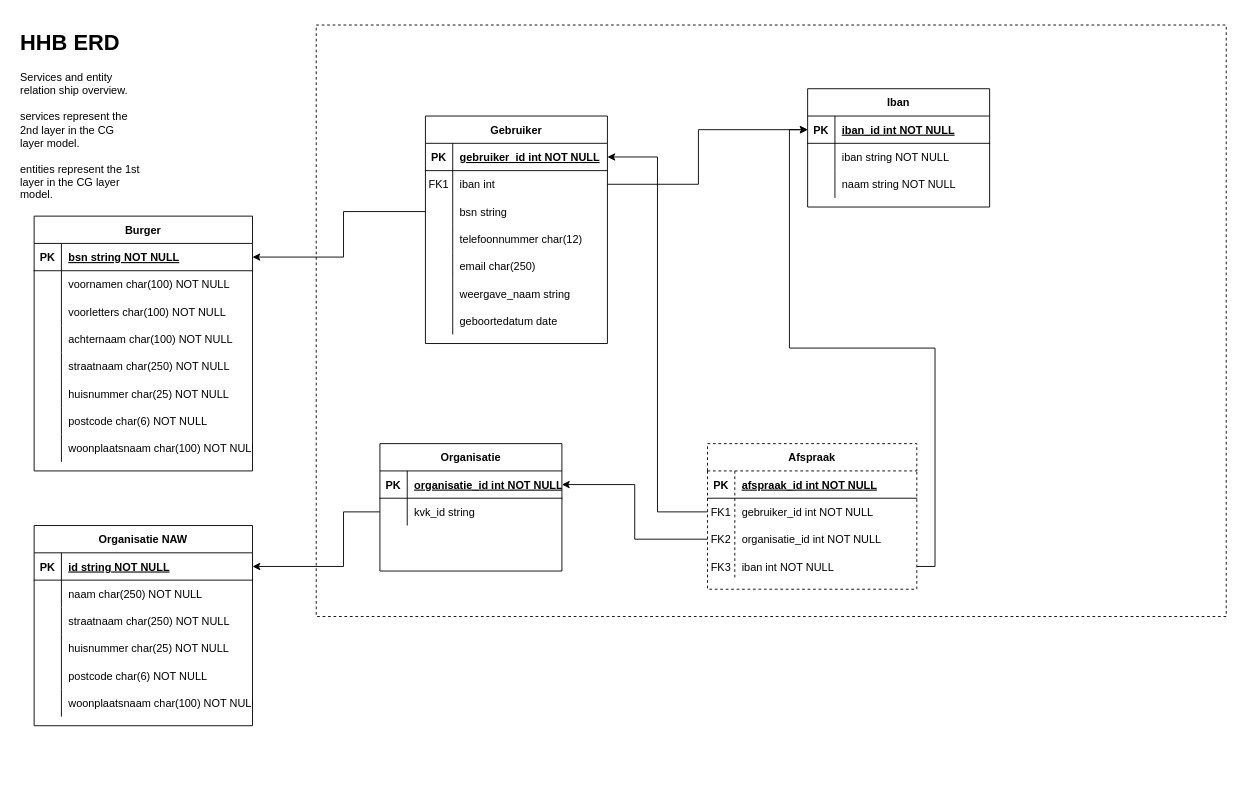
Before: huishoudboekje-service/docs/HHB ERD.drawio in frameless/huishoudboekje-nl-design-system-demo, a draw.io diagram. Source tidied: cells renumbered, new cells numbered last; positions are measured from the earlier drawing's top-left corner, leaving out a move shared by most shapes. Both pictures are drawn from the tidied source at 91%, with x=0, y=0 at pixel (15, 25).
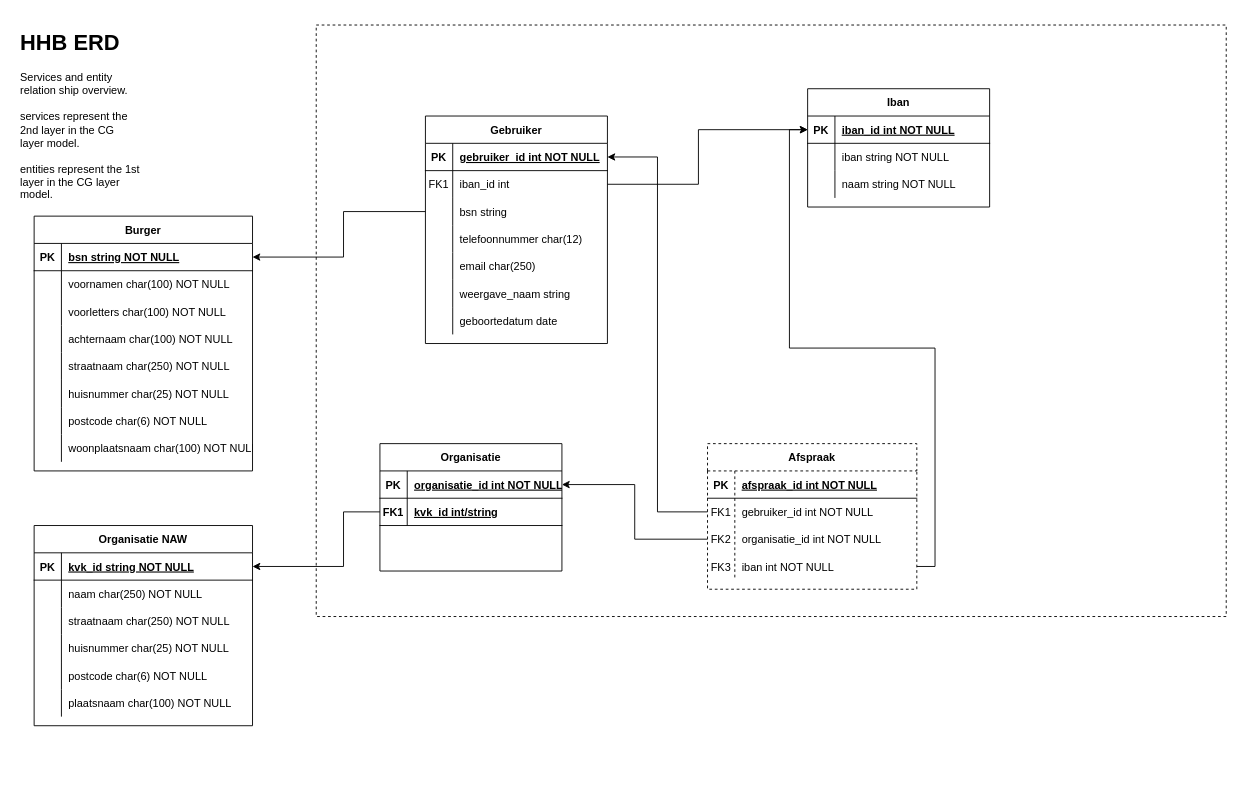
After the change.

Unchanged cells that the change refers to:
```xml
<mxCell id="30" style="shape=partialRectangle;fillColor=none;top=0;left=0;bottom=1;right=0;points=[[0,0.5],[1,0.5]];portConstraint=eastwest;" parent="29" vertex="1">
  <mxGeometry y="30" width="240" height="30" as="geometry" />
</mxCell>
<mxCell id="45" style="shape=partialRectangle;fillColor=none;top=0;left=0;bottom=0;right=0;" parent="29" vertex="1">
  <mxGeometry y="180" width="240" height="30" as="geometry" />
</mxCell>
<mxCell id="82" value="Organisatie" style="shape=table;startSize=30;childLayout=tableLayout;rowLines=0;fontStyle=1;align=center;" parent="1" vertex="1">
  <mxGeometry x="400" y="460" width="200" height="140" as="geometry" />
</mxCell>
<mxCell id="93" style="shape=partialRectangle;fillColor=none;points=[[0,0.5],[1,0.5]];portConstraint=eastwest;top=0;left=0;right=0;bottom=0;" parent="89" vertex="1">
  <mxGeometry y="60" width="200" height="30" as="geometry" />
</mxCell>
```

The edit, as a diff of the source:
```diff
@@
-    <mxCell id="32" value="id string NOT NULL" style="shape=partialRectangle;fillColor=none;top=0;left=0;bottom=0;right=0;align=left;spacingLeft=6;fontStyle=5;overflow=hidden;" parent="30" vertex="1">
+    <mxCell id="32" value="kvk_id string NOT NULL" style="shape=partialRectangle;fillColor=none;top=0;left=0;bottom=0;right=0;align=left;spacingLeft=6;fontStyle=5;overflow=hidden;" parent="30" vertex="1">
       <mxGeometry x="30" width="210" height="30" as="geometry" />
     </mxCell>
@@
-    <mxCell id="47" value="woonplaatsnaam char(100) NOT NULL" style="shape=partialRectangle;fillColor=none;top=0;left=0;bottom=0;right=0;align=left;spacingLeft=6;overflow=hidden;" parent="45" vertex="1">
+    <mxCell id="47" value="plaatsnaam char(100) NOT NULL" style="shape=partialRectangle;fillColor=none;top=0;left=0;bottom=0;right=0;align=left;spacingLeft=6;overflow=hidden;" parent="45" vertex="1">
       <mxGeometry x="30" width="210" height="30" as="geometry" />
     </mxCell>
@@
-    <mxCell id="49" style="edgeStyle=orthogonalEdgeStyle;rounded=0;jettySize=auto;html=1;entryX=1;entryY=0.5;entryDx=0;entryDy=0;" parent="1" edge="1" source="86" target="30">
+    <mxCell id="49" style="edgeStyle=orthogonalEdgeStyle;rounded=0;jettySize=auto;html=1;entryX=1;entryY=0.5;entryDx=0;entryDy=0;" parent="1" edge="1" target="30">
       <mxGeometry relative="1" as="geometry">
         <Array as="points">
           <mxPoint x="360" y="535" />
           <mxPoint x="360" y="595" />
         </Array>
       </mxGeometry>
     </mxCell>
@@
-    <mxCell id="51" style="shape=partialRectangle;overflow=hidden;fillColor=none;top=0;left=0;bottom=0;right=0;align=left;spacingLeft=6;" parent="1" vertex="1">
-      <mxGeometry x="300" y="680" width="210" height="30" as="geometry" />
-    </mxCell>
-    <mxCell id="52" style="shape=partialRectangle;overflow=hidden;fillColor=none;top=0;left=0;bottom=0;right=0;align=left;spacingLeft=6;" parent="1" vertex="1">
-      <mxGeometry x="270" y="720" width="210" height="30" as="geometry" />
-    </mxCell>
@@
-    <mxCell id="86" style="shape=partialRectangle;fillColor=none;top=0;left=0;bottom=0;right=0;points=[[0,0.5],[1,0.5]];portConstraint=eastwest;" parent="82" vertex="1">
-      <mxGeometry y="60" width="200" height="30" as="geometry" />
-    </mxCell>
-    <mxCell id="87" style="shape=partialRectangle;fillColor=none;top=0;left=0;bottom=0;right=0;overflow=hidden;" parent="86" vertex="1">
-      <mxGeometry width="30" height="30" as="geometry" />
-    </mxCell>
-    <mxCell id="88" value="kvk_id string" style="shape=partialRectangle;fillColor=none;top=0;left=0;bottom=0;right=0;align=left;spacingLeft=6;overflow=hidden;" parent="86" vertex="1">
-      <mxGeometry x="30" width="170" height="30" as="geometry" />
-    </mxCell>
+    <mxCell id="111" style="shape=partialRectangle;fillColor=none;top=0;left=0;bottom=1;right=0;points=[[0,0.5],[1,0.5]];portConstraint=eastwest;" parent="82" vertex="1">
+      <mxGeometry y="60" width="200" height="30" as="geometry" />
+    </mxCell>
+    <mxCell id="112" value="FK1" style="shape=partialRectangle;fillColor=none;top=0;left=0;bottom=0;right=0;fontStyle=1;overflow=hidden;" parent="111" vertex="1">
+      <mxGeometry width="30" height="30" as="geometry" />
+    </mxCell>
+    <mxCell id="113" value="kvk_id int/string" style="shape=partialRectangle;fillColor=none;top=0;left=0;bottom=0;right=0;align=left;spacingLeft=6;fontStyle=5;overflow=hidden;" parent="111" vertex="1">
+      <mxGeometry x="30" width="170" height="30" as="geometry" />
+    </mxCell>
@@
-    <mxCell id="95" value="iban int " style="shape=partialRectangle;overflow=hidden;fillColor=none;top=0;left=0;bottom=0;right=0;align=left;spacingLeft=6;" parent="93" vertex="1">
+    <mxCell id="95" value="iban_id int " style="shape=partialRectangle;overflow=hidden;fillColor=none;top=0;left=0;bottom=0;right=0;align=left;spacingLeft=6;" parent="93" vertex="1">
       <mxGeometry x="30" width="170" height="30" as="geometry" />
     </mxCell>
@@
+    <mxCell id="114" style="edgeStyle=orthogonalEdgeStyle;rounded=0;jettySize=auto;html=1;entryX=1;entryY=0.5;entryDx=0;entryDy=0;" parent="1" edge="1" source="111" target="30">
+      <mxGeometry relative="1" as="geometry">
+        <Array as="points">
+          <mxPoint x="360" y="535" />
+          <mxPoint x="360" y="595" />
+        </Array>
+      </mxGeometry>
+    </mxCell>
```
